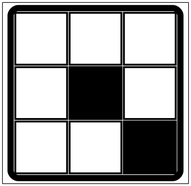
Above: grafica-patrones/patron-Destino.gv.png in 201700900/IPC2_Proyecto1_201700900 (Graphviz), before the change. Its source is kept beside it as grafica-patrones/patron-Destino.gv. Its diagram source:
```dot
graph "patron-Destino" {
	tab [label=<<TABLE  border="10" cellspacing="1" cellpadding="40" style="rounded"><TR><TD  border="3"  height="40" bgcolor="white"></TD><TD  border="3"  height="40" bgcolor="white"></TD><TD  border="3"  height="40" bgcolor="white"></TD></TR><TR><TD  border="3"  height="40" bgcolor="white"></TD><TD  border="3"  height="40" bgcolor="black"></TD><TD  border="3"  height="40" bgcolor="white"></TD></TR><TR><TD  border="3"  height="40" bgcolor="white"></TD><TD  border="3"  height="40" bgcolor="white"></TD><TD  border="3"  height="40" bgcolor="black"></TD></TR></TABLE>> shape=rect]
}
```
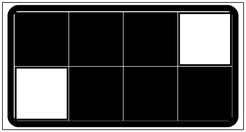
After the commit.

Diff of the diagram source:
```diff
@@ -1,3 +1,3 @@
 graph "patron-Destino" {
-	tab [label=<<TABLE  border="10" cellspacing="1" cellpadding="40" style="rounded"><TR><TD  border="3"  height="40" bgcolor="white"></TD><TD  border="3"  height="40" bgcolor="white"></TD><TD  border="3"  height="40" bgcolor="white"></TD></TR><TR><TD  border="3"  height="40" bgcolor="white"></TD><TD  border="3"  height="40" bgcolor="black"></TD><TD  border="3"  height="40" bgcolor="white"></TD></TR><TR><TD  border="3"  height="40" bgcolor="white"></TD><TD  border="3"  height="40" bgcolor="white"></TD><TD  border="3"  height="40" bgcolor="black"></TD></TR></TABLE>> shape=rect]
+	tab [label=<<TABLE  border="10" cellspacing="1" cellpadding="40" style="rounded"><TR><TD  border="3"  height="40" bgcolor="black"></TD><TD  border="3"  height="40" bgcolor="black"></TD><TD  border="3"  height="40" bgcolor="black"></TD><TD  border="3"  height="40" bgcolor="white"></TD></TR><TR><TD  border="3"  height="40" bgcolor="white"></TD><TD  border="3"  height="40" bgcolor="black"></TD><TD  border="3"  height="40" bgcolor="black"></TD><TD  border="3"  height="40" bgcolor="black"></TD></TR></TABLE>> shape=rect]
 }
```
